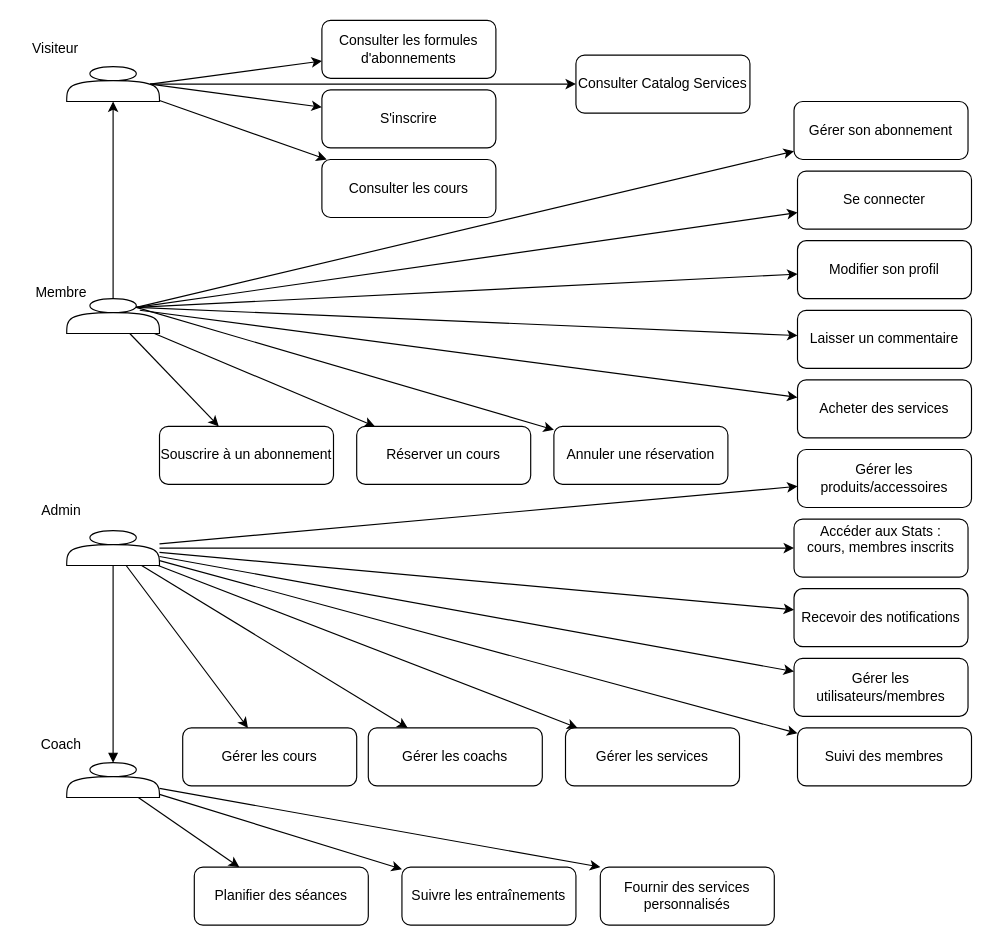
Above: Diagramme sans nom.drawio in DipsLoco/TFE_2024 (draw.io), before the change. Source tidied: cells renumbered, new cells numbered last; positions are measured from the earlier drawing's top-left corner, leaving out a move shared by most shapes. Both pictures are drawn from the tidied source at 116%, with x=0, y=0 at pixel (20, 20).
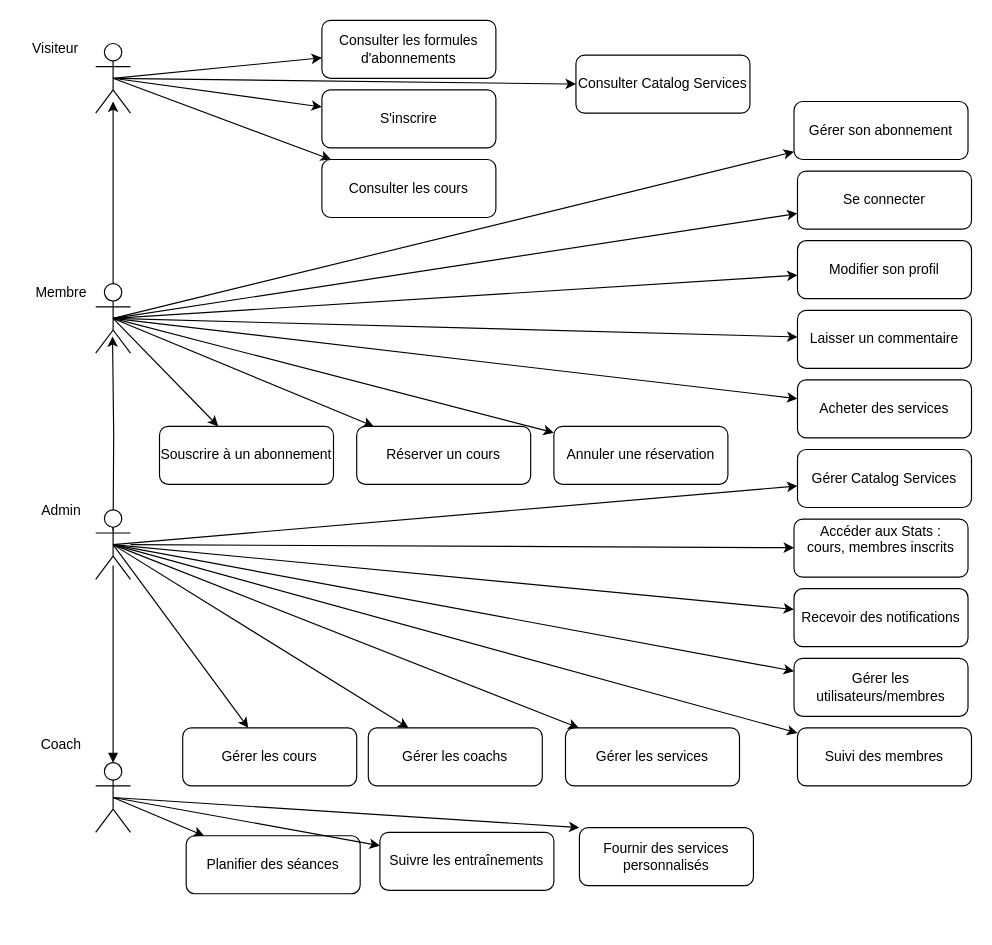
After the change.

Commit message:
Mettre à jour Diagramme sans nom.drawio

The change refers to these unchanged cells:
```xml
<mxCell id="7" value="S'inscrire" style="rounded=1;whiteSpace=wrap;" parent="1" vertex="1">
  <mxGeometry x="260" y="60" width="150" height="50" as="geometry" />
</mxCell>
<mxCell id="8" value="Consulter les cours" style="rounded=1;whiteSpace=wrap;" parent="1" vertex="1">
  <mxGeometry x="260" y="120" width="150" height="50" as="geometry" />
</mxCell>
<mxCell id="9" value="Se connecter" style="rounded=1;whiteSpace=wrap;" parent="1" vertex="1">
  <mxGeometry x="670" y="130" width="150" height="50" as="geometry" />
</mxCell>
<mxCell id="10" value="Réserver un cours" style="rounded=1;whiteSpace=wrap;" parent="1" vertex="1">
  <mxGeometry x="290" y="350" width="150" height="50" as="geometry" />
</mxCell>
<mxCell id="11" value="Souscrire à un abonnement" style="rounded=1;whiteSpace=wrap;" parent="1" vertex="1">
  <mxGeometry x="120" y="350" width="150" height="50" as="geometry" />
</mxCell>
<mxCell id="12" value="Consulter les formules d'abonnements" style="rounded=1;whiteSpace=wrap;" parent="1" vertex="1">
  <mxGeometry x="260" width="150" height="50" as="geometry" />
</mxCell>
<mxCell id="13" value="Modifier son profil" style="rounded=1;whiteSpace=wrap;" parent="1" vertex="1">
  <mxGeometry x="670" y="190" width="150" height="50" as="geometry" />
</mxCell>
<mxCell id="14" value="Laisser un commentaire" style="rounded=1;whiteSpace=wrap;" parent="1" vertex="1">
  <mxGeometry x="670" y="250" width="150" height="50" as="geometry" />
</mxCell>
<mxCell id="15" value="Acheter des services" style="rounded=1;whiteSpace=wrap;" parent="1" vertex="1">
  <mxGeometry x="670" y="310" width="150" height="50" as="geometry" />
</mxCell>
<mxCell id="16" value="Annuler une réservation" style="rounded=1;whiteSpace=wrap;" parent="1" vertex="1">
  <mxGeometry x="460" y="350" width="150" height="50" as="geometry" />
</mxCell>
<mxCell id="17" value="Gérer son abonnement" style="rounded=1;whiteSpace=wrap;" parent="1" vertex="1">
  <mxGeometry x="667" y="70" width="150" height="50" as="geometry" />
</mxCell>
<mxCell id="18" value="Suivi des membres" style="rounded=1;whiteSpace=wrap;" parent="1" vertex="1">
  <mxGeometry x="670" y="610" width="150" height="50" as="geometry" />
</mxCell>
<mxCell id="19" value="Gérer les utilisateurs/membres" style="rounded=1;whiteSpace=wrap;" parent="1" vertex="1">
  <mxGeometry x="667" y="550" width="150" height="50" as="geometry" />
</mxCell>
<mxCell id="20" value="Gérer les cours" style="rounded=1;whiteSpace=wrap;" parent="1" vertex="1">
  <mxGeometry x="140" y="610" width="150" height="50" as="geometry" />
</mxCell>
<mxCell id="21" value="Gérer les coachs" style="rounded=1;whiteSpace=wrap;" parent="1" vertex="1">
  <mxGeometry x="300" y="610" width="150" height="50" as="geometry" />
</mxCell>
<mxCell id="23" value="Gérer les services" style="rounded=1;whiteSpace=wrap;" parent="1" vertex="1">
  <mxGeometry x="470" y="610" width="150" height="50" as="geometry" />
</mxCell>
<mxCell id="24" value="Accéder aux Stats :&#10;cours, membres inscrits&#10;" style="rounded=1;whiteSpace=wrap;" parent="1" vertex="1">
  <mxGeometry x="667" y="430" width="150" height="50" as="geometry" />
</mxCell>
<mxCell id="25" value="Recevoir des notifications" style="rounded=1;whiteSpace=wrap;" parent="1" vertex="1">
  <mxGeometry x="667" y="490" width="150" height="50" as="geometry" />
</mxCell>
<mxCell id="56" value="Consulter Catalog Services" style="rounded=1;whiteSpace=wrap;" parent="1" vertex="1">
  <mxGeometry x="479" y="30" width="150" height="50" as="geometry" />
</mxCell>
```

Change to the diagram source:
```diff
@@
-    <mxCell id="2" style="shape=actor;" parent="1" vertex="1">
-      <mxGeometry x="40" y="40" width="80" height="30" as="geometry" />
-    </mxCell>
-    <mxCell id="3" style="edgeStyle=orthogonalEdgeStyle;rounded=0;jettySize=auto;html=1;exitX=0.5;exitY=0;exitDx=0;exitDy=0;entryX=0.5;entryY=1;entryDx=0;entryDy=0;" parent="1" edge="1" source="4" target="2">
-      <mxGeometry relative="1" as="geometry" />
+    <mxCell id="3" style="edgeStyle=orthogonalEdgeStyle;rounded=0;orthogonalLoop=1;jettySize=auto;html=1;exitX=0.5;exitY=0;exitDx=0;exitDy=0;entryX=0.5;entryY=1;entryDx=0;entryDy=0;" parent="1" edge="1">
+      <mxGeometry relative="1" as="geometry">
+        <mxPoint x="80" y="240" as="sourcePoint" />
+        <mxPoint x="80" y="70" as="targetPoint" />
+      </mxGeometry>
     </mxCell>
-    <mxCell id="4" style="shape=actor;" parent="1" vertex="1">
-      <mxGeometry x="40" y="240" width="80" height="30" as="geometry" />
-    </mxCell>
-    <mxCell id="5" style="shape=actor;" parent="1" vertex="1">
-      <mxGeometry x="40" y="440" width="80" height="30" as="geometry" />
-    </mxCell>
-    <mxCell id="6" style="shape=actor;" parent="1" vertex="1">
-      <mxGeometry x="40" y="640" width="80" height="30" as="geometry" />
-    </mxCell>
+    <mxCell id="58" style="edgeStyle=orthogonalEdgeStyle;rounded=0;orthogonalLoop=1;jettySize=auto;html=1;exitX=0.5;exitY=0;exitDx=0;exitDy=0;" parent="1" edge="1">
+      <mxGeometry relative="1" as="geometry">
+        <mxPoint x="80" y="440" as="sourcePoint" />
+        <mxPoint x="79.5" y="272.5" as="targetPoint" />
+      </mxGeometry>
+    </mxCell>
@@
-    <mxCell id="22" value="Gérer les produits/accessoires" style="rounded=1;whiteSpace=wrap;" parent="1" vertex="1">
+    <mxCell id="22" value="Gérer Catalog Services" style="rounded=1;whiteSpace=wrap;" parent="1" vertex="1">
       <mxGeometry x="670" y="370" width="150" height="50" as="geometry" />
     </mxCell>
@@
     <mxCell id="26" value="Planifier des séances" style="rounded=1;whiteSpace=wrap;" parent="1" vertex="1">
-      <mxGeometry x="150" y="730" width="150" height="50" as="geometry" />
+      <mxGeometry x="143" y="703" width="150" height="50" as="geometry" />
     </mxCell>
     <mxCell id="27" value="Suivre les entraînements" style="rounded=1;whiteSpace=wrap;" parent="1" vertex="1">
-      <mxGeometry x="329" y="730" width="150" height="50" as="geometry" />
+      <mxGeometry x="310" y="700" width="150" height="50" as="geometry" />
     </mxCell>
     <mxCell id="28" value="Fournir des services personnalisés" style="rounded=1;whiteSpace=wrap;" parent="1" vertex="1">
-      <mxGeometry x="500" y="730" width="150" height="50" as="geometry" />
+      <mxGeometry x="482" y="696" width="150" height="50" as="geometry" />
     </mxCell>
-    <mxCell id="29" style="rounded=1;exitX=0.9;exitY=0.5;exitDx=0;exitDy=0;exitPerimeter=0;" parent="1" edge="1" source="2" target="7">
+    <mxCell id="29" style="rounded=1;exitX=0.5;exitY=0.5;exitDx=0;exitDy=0;exitPerimeter=0;" parent="1" edge="1" source="59" target="7">
       <mxGeometry relative="1" as="geometry" />
     </mxCell>
-    <mxCell id="30" style="rounded=1;" parent="1" edge="1" source="2" target="8">
+    <mxCell id="30" style="rounded=1;exitX=0.5;exitY=0.5;exitDx=0;exitDy=0;exitPerimeter=0;" parent="1" edge="1" source="59" target="8">
       <mxGeometry relative="1" as="geometry" />
     </mxCell>
-    <mxCell id="31" style="rounded=1;exitX=0.75;exitY=0.25;exitDx=0;exitDy=0;exitPerimeter=0;" parent="1" edge="1" source="4" target="9">
+    <mxCell id="31" style="rounded=1;exitX=0.5;exitY=0.5;exitDx=0;exitDy=0;exitPerimeter=0;" parent="1" edge="1" source="60" target="9">
       <mxGeometry relative="1" as="geometry" />
     </mxCell>
-    <mxCell id="32" style="rounded=1;" parent="1" edge="1" source="4" target="10">
+    <mxCell id="32" style="rounded=1;exitX=0.5;exitY=0.5;exitDx=0;exitDy=0;exitPerimeter=0;" parent="1" edge="1" source="60" target="10">
       <mxGeometry relative="1" as="geometry" />
     </mxCell>
-    <mxCell id="33" style="rounded=1;" parent="1" edge="1" source="4" target="11">
+    <mxCell id="33" style="rounded=1;exitX=0.5;exitY=0.5;exitDx=0;exitDy=0;exitPerimeter=0;" parent="1" edge="1" source="60" target="11">
       <mxGeometry relative="1" as="geometry" />
     </mxCell>
-    <mxCell id="34" style="rounded=1;exitX=0.9;exitY=0.5;exitDx=0;exitDy=0;exitPerimeter=0;" parent="1" edge="1" source="2" target="12">
+    <mxCell id="34" style="rounded=1;exitX=0.5;exitY=0.5;exitDx=0;exitDy=0;exitPerimeter=0;" parent="1" edge="1" source="59" target="12">
       <mxGeometry relative="1" as="geometry" />
     </mxCell>
-    <mxCell id="35" style="rounded=1;exitX=0.75;exitY=0.25;exitDx=0;exitDy=0;exitPerimeter=0;" parent="1" edge="1" source="4" target="13">
+    <mxCell id="35" style="rounded=1;exitX=0.5;exitY=0.5;exitDx=0;exitDy=0;exitPerimeter=0;" parent="1" edge="1" source="60" target="13">
       <mxGeometry relative="1" as="geometry" />
     </mxCell>
-    <mxCell id="36" style="rounded=1;exitX=0.75;exitY=0.25;exitDx=0;exitDy=0;exitPerimeter=0;" parent="1" edge="1" source="4" target="14">
+    <mxCell id="36" style="rounded=1;exitX=0.5;exitY=0.5;exitDx=0;exitDy=0;exitPerimeter=0;" parent="1" edge="1" source="60" target="14">
       <mxGeometry relative="1" as="geometry" />
     </mxCell>
-    <mxCell id="37" style="rounded=1;" parent="1" edge="1" target="15">
-      <mxGeometry relative="1" as="geometry">
-        <mxPoint x="103" y="250" as="sourcePoint" />
-      </mxGeometry>
+    <mxCell id="37" style="rounded=1;exitX=0.5;exitY=0.5;exitDx=0;exitDy=0;exitPerimeter=0;" parent="1" edge="1" source="60" target="15">
+      <mxGeometry relative="1" as="geometry" />
     </mxCell>
-    <mxCell id="38" style="rounded=1;exitX=0.75;exitY=0.25;exitDx=0;exitDy=0;exitPerimeter=0;" parent="1" edge="1" source="4" target="16">
+    <mxCell id="38" style="rounded=1;exitX=0.5;exitY=0.5;exitDx=0;exitDy=0;exitPerimeter=0;" parent="1" edge="1" source="60" target="16">
       <mxGeometry relative="1" as="geometry" />
     </mxCell>
-    <mxCell id="39" style="rounded=1;exitX=0.75;exitY=0.25;exitDx=0;exitDy=0;exitPerimeter=0;" parent="1" edge="1" source="4" target="17">
+    <mxCell id="39" style="rounded=1;exitX=0.5;exitY=0.5;exitDx=0;exitDy=0;exitPerimeter=0;" parent="1" edge="1" source="60" target="17">
       <mxGeometry relative="1" as="geometry" />
     </mxCell>
-    <mxCell id="40" style="rounded=1;" parent="1" edge="1" source="5" target="18">
+    <mxCell id="40" style="rounded=1;exitX=0.5;exitY=0.5;exitDx=0;exitDy=0;exitPerimeter=0;" parent="1" edge="1" source="61" target="18">
       <mxGeometry relative="1" as="geometry" />
     </mxCell>
-    <mxCell id="41" style="rounded=1;" parent="1" edge="1" source="5" target="19">
+    <mxCell id="41" style="rounded=1;exitX=0.5;exitY=0.5;exitDx=0;exitDy=0;exitPerimeter=0;" parent="1" edge="1" source="61" target="19">
       <mxGeometry relative="1" as="geometry" />
     </mxCell>
-    <mxCell id="42" style="rounded=1;" parent="1" edge="1" source="5" target="20">
+    <mxCell id="42" style="rounded=1;exitX=0.5;exitY=0.5;exitDx=0;exitDy=0;exitPerimeter=0;" parent="1" edge="1" source="61" target="20">
       <mxGeometry relative="1" as="geometry" />
     </mxCell>
-    <mxCell id="43" style="rounded=1;" parent="1" edge="1" source="5" target="21">
+    <mxCell id="43" style="rounded=1;exitX=0.5;exitY=0.5;exitDx=0;exitDy=0;exitPerimeter=0;" parent="1" edge="1" source="61" target="21">
       <mxGeometry relative="1" as="geometry" />
     </mxCell>
-    <mxCell id="44" style="rounded=1;" parent="1" edge="1" source="5" target="22">
+    <mxCell id="44" style="rounded=1;exitX=0.5;exitY=0.5;exitDx=0;exitDy=0;exitPerimeter=0;" parent="1" edge="1" source="61" target="22">
       <mxGeometry relative="1" as="geometry" />
     </mxCell>
-    <mxCell id="45" style="rounded=1;" parent="1" edge="1" source="5" target="23">
+    <mxCell id="45" style="rounded=1;exitX=0.5;exitY=0.5;exitDx=0;exitDy=0;exitPerimeter=0;" parent="1" edge="1" source="61" target="23">
       <mxGeometry relative="1" as="geometry" />
     </mxCell>
-    <mxCell id="46" style="rounded=1;" parent="1" edge="1" source="5" target="24">
+    <mxCell id="46" style="rounded=1;" parent="1" edge="1" source="61" target="24">
       <mxGeometry relative="1" as="geometry" />
     </mxCell>
-    <mxCell id="47" style="rounded=1;" parent="1" edge="1" source="5" target="25">
+    <mxCell id="47" style="rounded=1;exitX=0.5;exitY=0.5;exitDx=0;exitDy=0;exitPerimeter=0;" parent="1" edge="1" source="61" target="25">
       <mxGeometry relative="1" as="geometry" />
     </mxCell>
-    <mxCell id="48" style="rounded=1;" parent="1" edge="1" source="6" target="26">
+    <mxCell id="48" style="rounded=1;exitX=0.5;exitY=0.5;exitDx=0;exitDy=0;exitPerimeter=0;" parent="1" edge="1" source="62" target="26">
       <mxGeometry relative="1" as="geometry" />
     </mxCell>
-    <mxCell id="49" style="rounded=1;" parent="1" edge="1" source="6" target="27">
+    <mxCell id="49" style="rounded=1;exitX=0.5;exitY=0.5;exitDx=0;exitDy=0;exitPerimeter=0;" parent="1" edge="1" source="62" target="27">
       <mxGeometry relative="1" as="geometry" />
     </mxCell>
-    <mxCell id="50" style="rounded=1;entryX=0;entryY=0;entryDx=0;entryDy=0;" parent="1" edge="1" source="6" target="28">
+    <mxCell id="50" style="rounded=1;entryX=0;entryY=0;entryDx=0;entryDy=0;exitX=0.5;exitY=0.5;exitDx=0;exitDy=0;exitPerimeter=0;" parent="1" edge="1" source="62" target="28">
       <mxGeometry relative="1" as="geometry" />
     </mxCell>
-    <mxCell id="51" style="endArrow=block;endFill=1;" parent="1" edge="1" source="5" target="6">
-      <mxGeometry relative="1" as="geometry" />
+    <mxCell id="51" style="endArrow=block;endFill=1;" parent="1" edge="1">
+      <mxGeometry relative="1" as="geometry">
+        <mxPoint x="80" y="470" as="sourcePoint" />
+        <mxPoint x="80" y="640" as="targetPoint" />
+      </mxGeometry>
     </mxCell>
@@
-    <mxCell id="57" style="rounded=1;exitX=0.9;exitY=0.5;exitDx=0;exitDy=0;exitPerimeter=0;entryX=0;entryY=0.5;entryDx=0;entryDy=0;" parent="1" edge="1" source="2" target="56">
+    <mxCell id="57" style="rounded=1;exitX=0.5;exitY=0.5;exitDx=0;exitDy=0;exitPerimeter=0;entryX=0;entryY=0.5;entryDx=0;entryDy=0;" parent="1" edge="1" source="59" target="56">
       <mxGeometry relative="1" as="geometry" />
     </mxCell>
+    <mxCell id="59" style="shape=umlActor;verticalLabelPosition=bottom;verticalAlign=top;html=1;outlineConnect=0;" parent="1" vertex="1">
+      <mxGeometry x="65" y="20" width="30" height="60" as="geometry" />
+    </mxCell>
+    <mxCell id="60" style="shape=umlActor;verticalLabelPosition=bottom;verticalAlign=top;html=1;outlineConnect=0;" parent="1" vertex="1">
+      <mxGeometry x="65" y="227" width="30" height="60" as="geometry" />
+    </mxCell>
+    <mxCell id="61" style="shape=umlActor;verticalLabelPosition=bottom;verticalAlign=top;html=1;outlineConnect=0;" parent="1" vertex="1">
+      <mxGeometry x="65" y="422" width="30" height="60" as="geometry" />
+    </mxCell>
+    <mxCell id="62" style="shape=umlActor;verticalLabelPosition=bottom;verticalAlign=top;html=1;outlineConnect=0;" parent="1" vertex="1">
+      <mxGeometry x="65" y="640" width="30" height="60" as="geometry" />
+    </mxCell>
```
